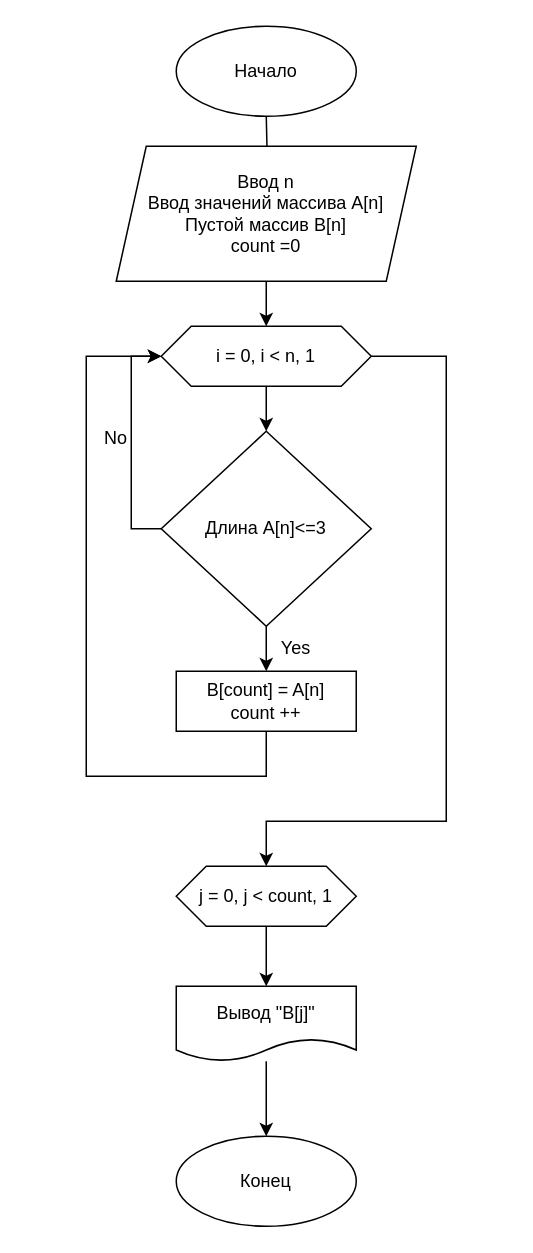
The draw.io diagram BS.drawio in Kumankov/Homework, before the edit. Source tidied: cells renumbered, new cells numbered last; positions are measured from the earlier drawing's top-left corner, leaving out a move shared by most shapes. Both pictures are drawn from the tidied source at 150%, with x=0, y=0 at pixel (70, 26).
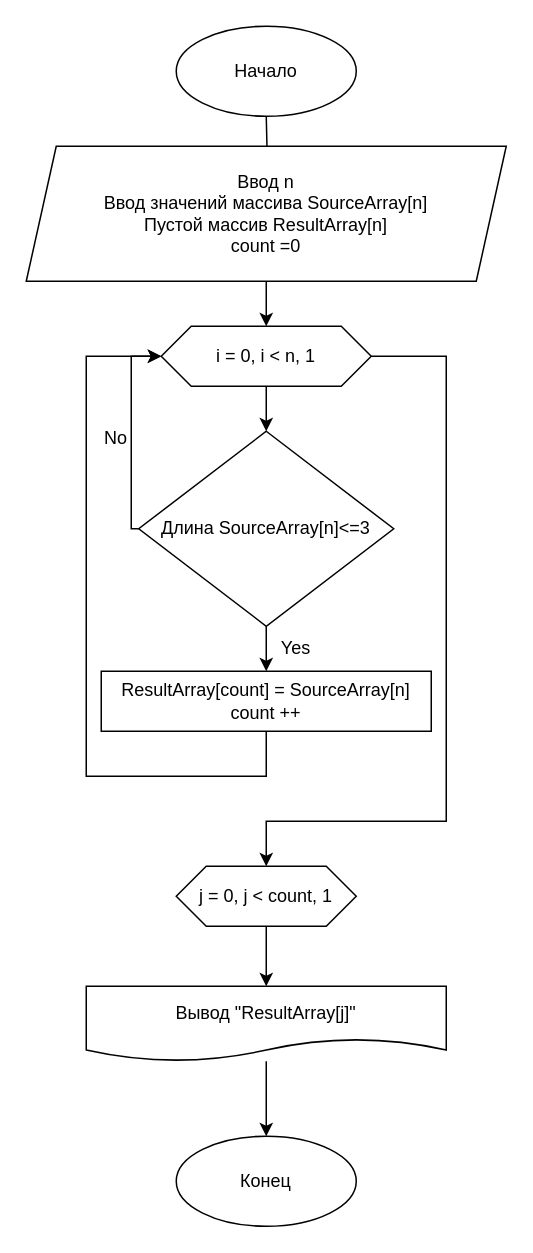
The same page after the edit.

Diff of the diagram source:
```diff
@@
-    <mxCell id="5" value="Ввод n&lt;br&gt;Ввод значений массива А[n]&lt;br&gt;Пустой массив B[n]&lt;br&gt;count =0" style="shape=parallelogram;perimeter=parallelogramPerimeter;whiteSpace=wrap;html=1;fixedSize=1;" parent="1" vertex="1">
-      <mxGeometry x="30" y="80" width="200" height="90" as="geometry" />
+    <mxCell id="5" value="Ввод n&lt;br&gt;Ввод значений массива SourceАrray[n]&lt;br&gt;Пустой массив ResultArray[n]&lt;br&gt;count =0" style="shape=parallelogram;perimeter=parallelogramPerimeter;whiteSpace=wrap;html=1;fixedSize=1;" parent="1" vertex="1">
+      <mxGeometry x="-30" y="80" width="320" height="90" as="geometry" />
     </mxCell>
@@
-    <mxCell id="10" value="B[count] = A[n]&lt;br&gt;count ++" style="rounded=0;whiteSpace=wrap;html=1;" parent="1" vertex="1">
-      <mxGeometry x="70" y="430" width="120" height="40" as="geometry" />
+    <mxCell id="10" value="ResultArray[count] = SourceArray[n]&lt;br&gt;count ++" style="rounded=0;whiteSpace=wrap;html=1;" parent="1" vertex="1">
+      <mxGeometry x="20" y="430" width="220" height="40" as="geometry" />
     </mxCell>
@@
-    <mxCell id="12" value="Вывод &quot;B[j]&quot;" style="shape=document;whiteSpace=wrap;html=1;boundedLbl=1;" parent="1" vertex="1">
-      <mxGeometry x="70" y="640" width="120" height="50" as="geometry" />
+    <mxCell id="12" value="Вывод &quot;ResultArray[j]&quot;" style="shape=document;whiteSpace=wrap;html=1;boundedLbl=1;" parent="1" vertex="1">
+      <mxGeometry x="10" y="640" width="240" height="50" as="geometry" />
     </mxCell>
@@
-    <mxCell id="16" value="Длина A[n]&amp;lt;=3" style="rhombus;whiteSpace=wrap;html=1;" parent="1" vertex="1">
-      <mxGeometry x="60" y="270" width="140" height="130" as="geometry" />
+    <mxCell id="16" value="Длина SourceArray[n]&amp;lt;=3" style="rhombus;whiteSpace=wrap;html=1;" parent="1" vertex="1">
+      <mxGeometry x="45" y="270" width="170" height="130" as="geometry" />
     </mxCell>
```
